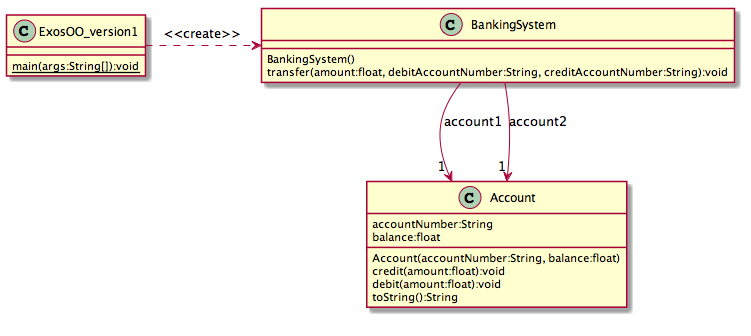
profesig/exosOO keeps this PlantUML diagram as IntroDiagrammes/uml/ExosOO_version1_cd.png. Above is the earlier version. Its source is kept beside it as IntroDiagrammes/uml/ExosOO_version1_cd.puml.
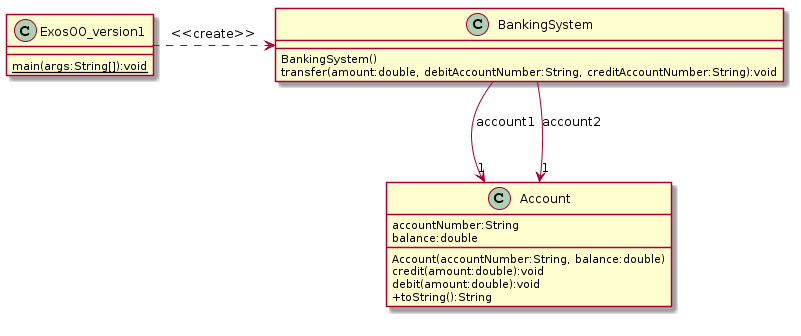
Above is the later version.

Commit message:
double à la place de float pour diagrammes"version1"

What changed in the source:
```diff
@@ -7,19 +7,19 @@
 
 class BankingSystem {
 BankingSystem()
-transfer(amount:float, debitAccountNumber:String, creditAccountNumber:String):void
+transfer(amount:double, debitAccountNumber:String, creditAccountNumber:String):void
 
 }
 
 class Account {
 
 accountNumber:String
-balance:float
+balance:double
 
-Account(accountNumber:String, balance:float)
-credit(amount:float):void
-debit(amount:float):void
-toString():String
+Account(accountNumber:String, balance:double)
+credit(amount:double):void
+debit(amount:double):void
++toString():String
 }
 
 BankingSystem --> "1" Account : account1
```
